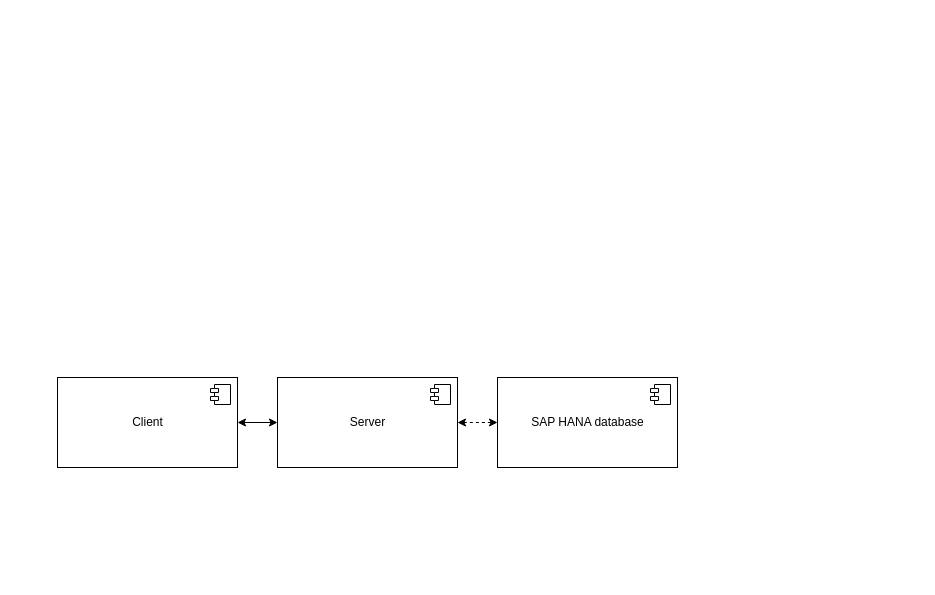
This is Диаграмма компонентов.drawio from EgorKrs/Asmodeus_app, a draw.io file, before an edit. Source tidied: cells renumbered, new cells numbered last; positions are measured from the earlier drawing's top-left corner, leaving out a move shared by most shapes. Both pictures are drawn from the tidied source at 100%, with x=0, y=0 at pixel (57, 377).
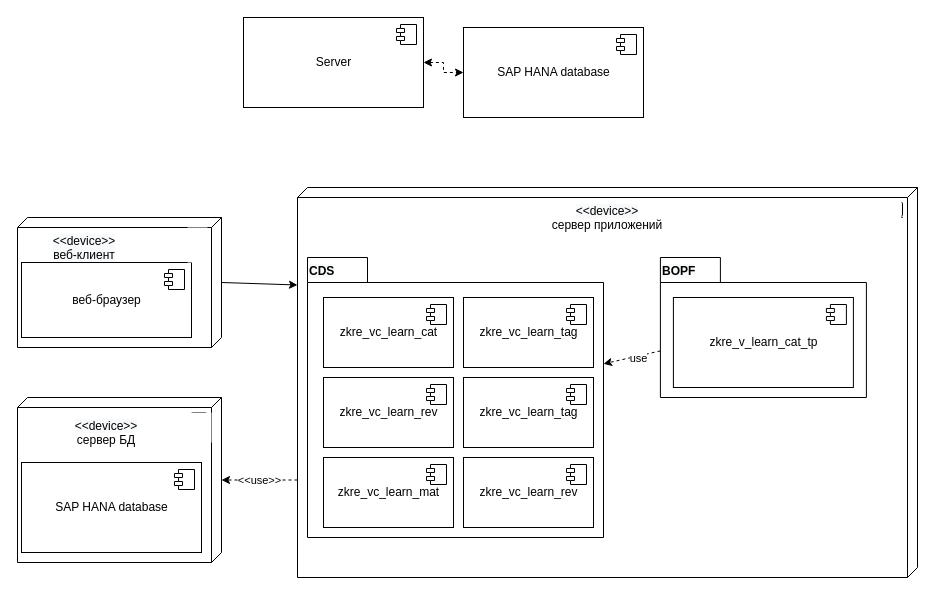
The same page after the edit.

Change to the diagram source:
```diff
@@
-    <mxCell id="2" style="edgeStyle=orthogonalEdgeStyle;rounded=0;jettySize=auto;html=1;startArrow=classic;startFill=1;" parent="1" edge="1" source="3" target="6">
-      <mxGeometry relative="1" as="geometry" />
-    </mxCell>
+    <mxCell id="10" style="html=1;outlineConnect=0;whiteSpace=wrap;shape=mxgraph.archimate.tech;techType=device;" parent="1" vertex="1">
+      <mxGeometry x="-40" y="20" width="204" height="165" as="geometry" />
+    </mxCell>
+    <mxCell id="11" style="html=1;outlineConnect=0;whiteSpace=wrap;shape=mxgraph.archimate.tech;techType=device;" parent="1" vertex="1">
+      <mxGeometry x="240" y="-190" width="620" height="390" as="geometry" />
+    </mxCell>
+    <mxCell id="12" style="html=1;outlineConnect=0;whiteSpace=wrap;shape=mxgraph.archimate.tech;techType=device;" parent="1" vertex="1">
+      <mxGeometry x="-40" y="-160" width="204" height="130" as="geometry" />
+    </mxCell>
-    <mxCell id="3" value="Client" style="html=1;" parent="1" vertex="1">
-      <mxGeometry width="180" height="90" as="geometry" />
+    <mxCell id="3" value="веб-браузер" style="html=1;" parent="1" vertex="1">
+      <mxGeometry x="-36" y="-115" width="170" height="75" as="geometry" />
     </mxCell>
@@
     <mxCell id="6" value="Server" style="html=1;" parent="1" vertex="1">
-      <mxGeometry x="220" width="180" height="90" as="geometry" />
+      <mxGeometry x="186" y="-360" width="180" height="90" as="geometry" />
     </mxCell>
@@
     <mxCell id="8" value="SAP HANA database" style="html=1;" parent="1" vertex="1">
-      <mxGeometry x="440" width="180" height="90" as="geometry" />
+      <mxGeometry x="406" y="-350" width="180" height="90" as="geometry" />
     </mxCell>
@@
+    <mxCell id="13" style="shape=folder;fontStyle=1;spacingTop=10;tabWidth=60;tabHeight=25;tabPosition=left;html=1;" parent="1" vertex="1">
+      <mxGeometry x="250" y="-120" width="296" height="280" as="geometry" />
+    </mxCell>
+    <mxCell id="14" value="&lt;span style=&quot;color: rgb(0 , 0 , 0) ; font-family: &amp;#34;helvetica&amp;#34; ; font-size: 12px ; font-style: normal ; font-weight: 700 ; letter-spacing: normal ; text-align: center ; text-indent: 0px ; text-transform: none ; word-spacing: 0px ; background-color: rgb(248 , 249 , 250) ; display: inline ; float: none&quot;&gt;CDS&lt;/span&gt;" style="text;whiteSpace=wrap;html=1;" parent="1" vertex="1">
+      <mxGeometry x="250" y="-120" width="50" height="30" as="geometry" />
+    </mxCell>
+    <mxCell id="15" value="zkre_vc_learn_cat" style="html=1;" parent="1" vertex="1">
+      <mxGeometry x="266" y="-80" width="130" height="70" as="geometry" />
+    </mxCell>
+    <mxCell id="16" style="shape=module;jettyWidth=8;jettyHeight=4;" parent="15" vertex="1">
+      <mxGeometry x="1" width="20" height="20" relative="1" as="geometry">
+        <mxPoint x="-27" y="7" as="offset" />
+      </mxGeometry>
+    </mxCell>
+    <mxCell id="17" value="zkre_vc_learn_rev" style="html=1;" parent="1" vertex="1">
+      <mxGeometry x="266" width="130" height="70" as="geometry" />
+    </mxCell>
+    <mxCell id="18" style="shape=module;jettyWidth=8;jettyHeight=4;" parent="17" vertex="1">
+      <mxGeometry x="1" width="20" height="20" relative="1" as="geometry">
+        <mxPoint x="-27" y="7" as="offset" />
+      </mxGeometry>
+    </mxCell>
+    <mxCell id="19" value="zkre_vc_learn_tag" style="html=1;" parent="1" vertex="1">
+      <mxGeometry x="406" y="-80" width="130" height="70" as="geometry" />
+    </mxCell>
+    <mxCell id="20" style="shape=module;jettyWidth=8;jettyHeight=4;" parent="19" vertex="1">
+      <mxGeometry x="1" width="20" height="20" relative="1" as="geometry">
+        <mxPoint x="-27" y="7" as="offset" />
+      </mxGeometry>
+    </mxCell>
+    <mxCell id="21" value="zkre_vc_learn_tag" style="html=1;" parent="1" vertex="1">
+      <mxGeometry x="406" width="130" height="70" as="geometry" />
+    </mxCell>
+    <mxCell id="22" style="shape=module;jettyWidth=8;jettyHeight=4;" parent="21" vertex="1">
+      <mxGeometry x="1" width="20" height="20" relative="1" as="geometry">
+        <mxPoint x="-27" y="7" as="offset" />
+      </mxGeometry>
+    </mxCell>
+    <mxCell id="23" value="zkre_vc_learn_mat" style="html=1;" parent="1" vertex="1">
+      <mxGeometry x="266" y="80" width="130" height="70" as="geometry" />
+    </mxCell>
+    <mxCell id="24" style="shape=module;jettyWidth=8;jettyHeight=4;" parent="23" vertex="1">
+      <mxGeometry x="1" width="20" height="20" relative="1" as="geometry">
+        <mxPoint x="-27" y="7" as="offset" />
+      </mxGeometry>
+    </mxCell>
+    <mxCell id="25" value="zkre_vc_learn_rev" style="html=1;" parent="1" vertex="1">
+      <mxGeometry x="406" y="80" width="130" height="70" as="geometry" />
+    </mxCell>
+    <mxCell id="26" style="shape=module;jettyWidth=8;jettyHeight=4;" parent="25" vertex="1">
+      <mxGeometry x="1" width="20" height="20" relative="1" as="geometry">
+        <mxPoint x="-27" y="7" as="offset" />
+      </mxGeometry>
+    </mxCell>
+    <mxCell id="27" style="shape=folder;fontStyle=1;spacingTop=10;tabWidth=60;tabHeight=25;tabPosition=left;html=1;" parent="1" vertex="1">
+      <mxGeometry x="602.9" y="-120" width="206" height="140" as="geometry" />
+    </mxCell>
+    <mxCell id="28" value="&lt;span style=&quot;color: rgb(0 , 0 , 0) ; font-family: &amp;#34;helvetica&amp;#34; ; font-size: 12px ; font-style: normal ; font-weight: 700 ; letter-spacing: normal ; text-align: center ; text-indent: 0px ; text-transform: none ; word-spacing: 0px ; background-color: rgb(248 , 249 , 250) ; display: inline ; float: none&quot;&gt;BOPF&lt;/span&gt;" style="text;whiteSpace=wrap;html=1;" parent="1" vertex="1">
+      <mxGeometry x="602.9" y="-120" width="50" height="30" as="geometry" />
+    </mxCell>
+    <mxCell id="29" value="zkre_v_learn_cat_tp" style="html=1;" parent="1" vertex="1">
+      <mxGeometry x="615.9" y="-80" width="180" height="90" as="geometry" />
+    </mxCell>
+    <mxCell id="30" style="shape=module;jettyWidth=8;jettyHeight=4;" parent="29" vertex="1">
+      <mxGeometry x="1" width="20" height="20" relative="1" as="geometry">
+        <mxPoint x="-27" y="7" as="offset" />
+      </mxGeometry>
+    </mxCell>
+    <mxCell id="31" style="endArrow=classic;html=1;dashed=1;" parent="1" edge="1" source="27" target="13">
+      <mxGeometry relative="1" as="geometry" />
+    </mxCell>
+    <mxCell id="32" value="use" style="edgeLabel;html=1;align=center;verticalAlign=middle;" parent="31" vertex="1">
+      <mxGeometry x="-0.2" y="2" relative="1" as="geometry" />
+    </mxCell>
+    <mxCell id="33" value="&lt;span style=&quot;color: rgb(0, 0, 0); font-family: helvetica; font-size: 12px; font-style: normal; font-weight: 400; letter-spacing: normal; text-indent: 0px; text-transform: none; word-spacing: 0px; background-color: rgb(248, 249, 250); display: inline; float: none;&quot;&gt;&amp;lt;&amp;lt;device&amp;gt;&amp;gt;&lt;/span&gt;&lt;br style=&quot;color: rgb(0, 0, 0); font-family: helvetica; font-size: 12px; font-style: normal; font-weight: 400; letter-spacing: normal; text-indent: 0px; text-transform: none; word-spacing: 0px; background-color: rgb(248, 249, 250);&quot;&gt;&lt;span style=&quot;color: rgb(0, 0, 0); font-family: helvetica; font-size: 12px; font-style: normal; font-weight: 400; letter-spacing: normal; text-indent: 0px; text-transform: none; word-spacing: 0px; background-color: rgb(248, 249, 250); display: inline; float: none;&quot;&gt;веб-клиент&lt;/span&gt;" style="text;whiteSpace=wrap;html=1;align=center;" parent="1" vertex="1">
+      <mxGeometry x="-36" y="-150" width="126" height="40" as="geometry" />
+    </mxCell>
+    <mxCell id="34" value="&lt;span style=&quot;color: rgb(0 , 0 , 0) ; font-family: &amp;#34;helvetica&amp;#34; ; font-size: 12px ; font-style: normal ; font-weight: 400 ; letter-spacing: normal ; text-indent: 0px ; text-transform: none ; word-spacing: 0px ; background-color: rgb(248 , 249 , 250) ; display: inline ; float: none&quot;&gt;&amp;lt;&amp;lt;device&amp;gt;&amp;gt;&lt;/span&gt;&lt;br style=&quot;color: rgb(0 , 0 , 0) ; font-family: &amp;#34;helvetica&amp;#34; ; font-size: 12px ; font-style: normal ; font-weight: 400 ; letter-spacing: normal ; text-indent: 0px ; text-transform: none ; word-spacing: 0px ; background-color: rgb(248 , 249 , 250)&quot;&gt;&lt;div&gt;&lt;span&gt;&lt;font face=&quot;helvetica&quot;&gt;сервер приложений&lt;/font&gt;&lt;/span&gt;&lt;/div&gt;" style="text;whiteSpace=wrap;html=1;align=center;" parent="1" vertex="1">
+      <mxGeometry x="280" y="-180" width="540" height="40" as="geometry" />
+    </mxCell>
+    <mxCell id="35" value="SAP HANA database" style="html=1;" parent="1" vertex="1">
+      <mxGeometry x="-36" y="85" width="180" height="90" as="geometry" />
+    </mxCell>
+    <mxCell id="36" style="shape=module;jettyWidth=8;jettyHeight=4;" parent="35" vertex="1">
+      <mxGeometry x="1" width="20" height="20" relative="1" as="geometry">
+        <mxPoint x="-27" y="7" as="offset" />
+      </mxGeometry>
+    </mxCell>
+    <mxCell id="37" value="&lt;span style=&quot;color: rgb(0, 0, 0); font-size: 12px; font-style: normal; font-weight: 400; letter-spacing: normal; text-indent: 0px; text-transform: none; word-spacing: 0px; font-family: helvetica; background-color: rgb(248, 249, 250); display: inline; float: none;&quot;&gt;&amp;lt;&amp;lt;device&amp;gt;&amp;gt;&lt;/span&gt;&lt;br style=&quot;color: rgb(0, 0, 0); font-size: 12px; font-style: normal; font-weight: 400; letter-spacing: normal; text-indent: 0px; text-transform: none; word-spacing: 0px; font-family: helvetica; background-color: rgb(248, 249, 250);&quot;&gt;&lt;div style=&quot;&quot;&gt;&lt;span&gt;&lt;font face=&quot;helvetica&quot;&gt;сервер БД&lt;/font&gt;&lt;/span&gt;&lt;/div&gt;" style="text;whiteSpace=wrap;html=1;align=center;" parent="1" vertex="1">
+      <mxGeometry x="-36" y="35" width="170" height="40" as="geometry" />
+    </mxCell>
+    <mxCell id="38" style="rounded=0;whiteSpace=wrap;html=1;align=center;strokeColor=none;" parent="1" vertex="1">
+      <mxGeometry x="130" y="-150" width="20" height="35" as="geometry" />
+    </mxCell>
+    <mxCell id="39" style="rounded=0;whiteSpace=wrap;html=1;align=center;strokeColor=none;" parent="1" vertex="1">
+      <mxGeometry x="820" y="-177.5" width="24" height="30" as="geometry" />
+    </mxCell>
+    <mxCell id="40" style="rounded=0;whiteSpace=wrap;html=1;align=center;strokeColor=none;" parent="1" vertex="1">
+      <mxGeometry x="130" y="35" width="24" height="30" as="geometry" />
+    </mxCell>
+    <mxCell id="41" style="endArrow=classic;html=1;exitX=1;exitY=0.5;exitDx=0;exitDy=0;exitPerimeter=0;entryX=0;entryY=0.25;entryDx=0;entryDy=0;entryPerimeter=0;" parent="1" edge="1" source="12" target="11">
+      <mxGeometry relative="1" as="geometry" />
+    </mxCell>
+    <mxCell id="42" value="&amp;lt;&amp;lt;use&amp;gt;&amp;gt;" style="endArrow=classic;html=1;dashed=1;exitX=0;exitY=0.75;exitDx=0;exitDy=0;exitPerimeter=0;entryX=1;entryY=0.5;entryDx=0;entryDy=0;entryPerimeter=0;" parent="1" edge="1" source="11" target="10">
+      <mxGeometry relative="1" as="geometry" />
+    </mxCell>
```
